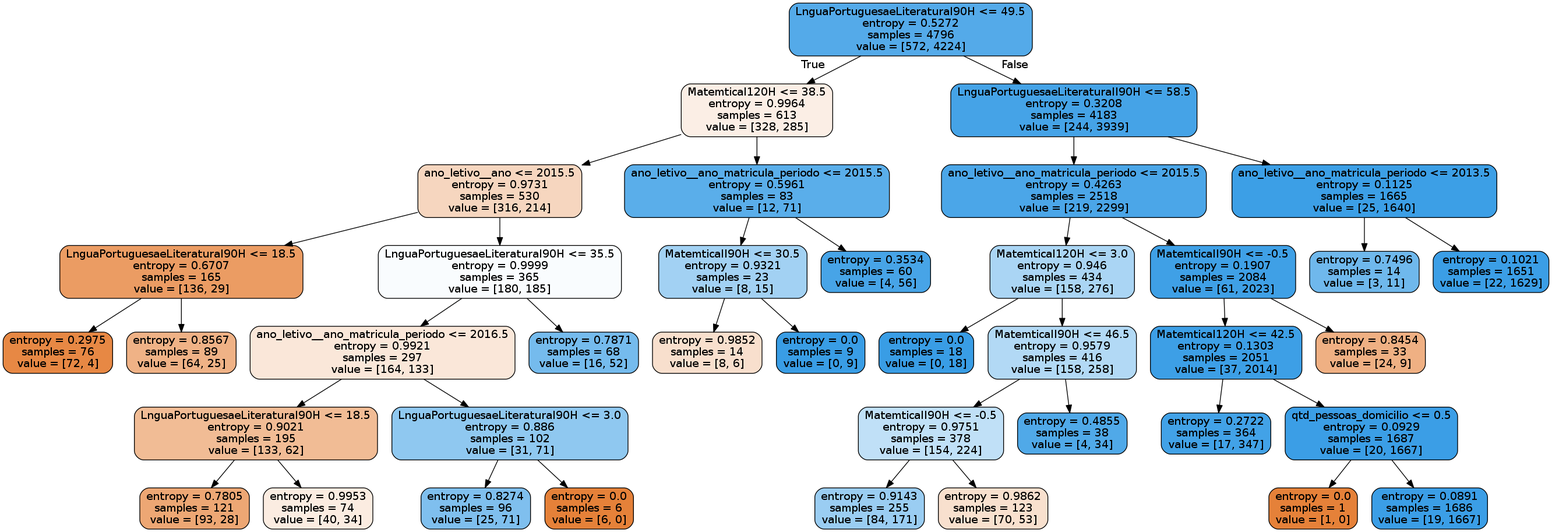
tmedeirosb/modelo_ifrn_integrado keeps this Graphviz diagram as tree_red.png. Above is the earlier version. Its source is kept beside it as tree_red.dot.
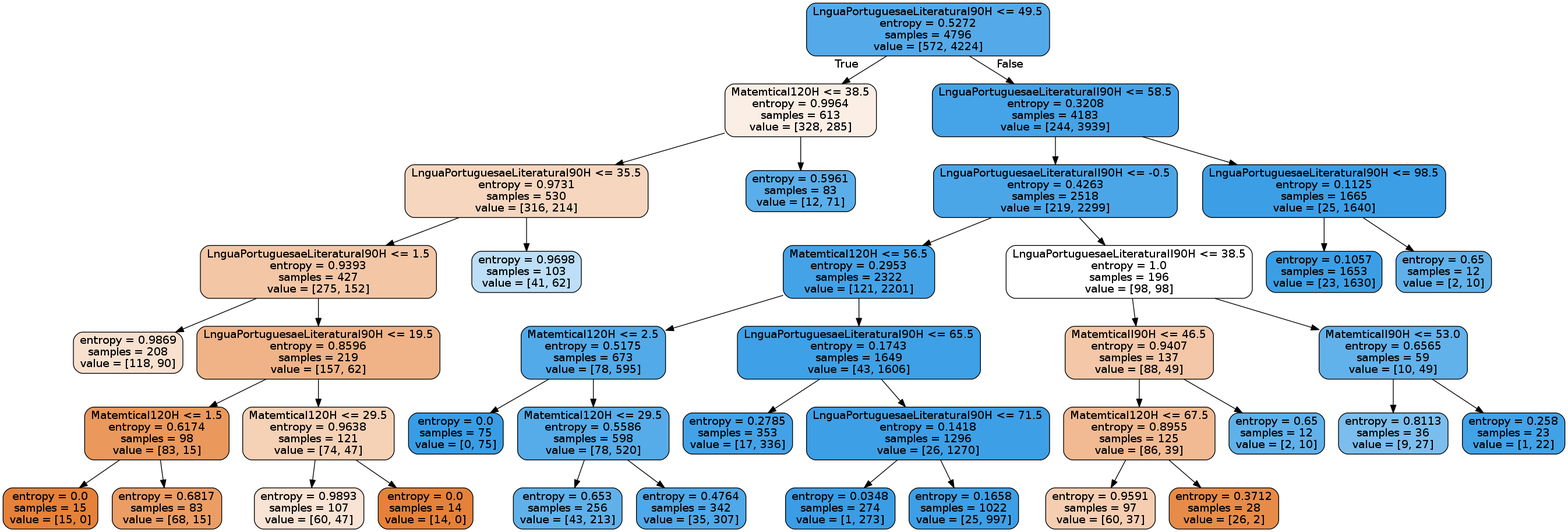
Above is the later version.

Change to the diagram source:
```diff
@@ -4,78 +4,78 @@
 0 [label="LnguaPortuguesaeLiteraturaI90H <= 49.5\nentropy = 0.5272\nsamples = 4796\nvalue = [572, 4224]", fillcolor="#399de5dc"] ;
 1 [label="MatemticaI120H <= 38.5\nentropy = 0.9964\nsamples = 613\nvalue = [328, 285]", fillcolor="#e5813921"] ;
 0 -> 1 [labeldistance=2.5, labelangle=45, headlabel="True"] ;
-9 [label="ano_letivo__ano <= 2015.5\nentropy = 0.9731\nsamples = 530\nvalue = [316, 214]", fillcolor="#e5813952"] ;
+9 [label="LnguaPortuguesaeLiteraturaI90H <= 35.5\nentropy = 0.9731\nsamples = 530\nvalue = [316, 214]", fillcolor="#e5813952"] ;
 1 -> 9 ;
-11 [label="LnguaPortuguesaeLiteraturaI90H <= 18.5\nentropy = 0.6707\nsamples = 165\nvalue = [136, 29]", fillcolor="#e58139c9"] ;
-9 -> 11 ;
-19 [label="entropy = 0.2975\nsamples = 76\nvalue = [72, 4]", fillcolor="#e58139f1"] ;
-11 -> 19 ;
-20 [label="entropy = 0.8567\nsamples = 89\nvalue = [64, 25]", fillcolor="#e581399b"] ;
-11 -> 20 ;
-12 [label="LnguaPortuguesaeLiteraturaI90H <= 35.5\nentropy = 0.9999\nsamples = 365\nvalue = [180, 185]", fillcolor="#399de507"] ;
-9 -> 12 ;
-13 [label="ano_letivo__ano_matricula_periodo <= 2016.5\nentropy = 0.9921\nsamples = 297\nvalue = [164, 133]", fillcolor="#e5813930"] ;
-12 -> 13 ;
-15 [label="LnguaPortuguesaeLiteraturaI90H <= 18.5\nentropy = 0.9021\nsamples = 195\nvalue = [133, 62]", fillcolor="#e5813988"] ;
-13 -> 15 ;
-31 [label="entropy = 0.7805\nsamples = 121\nvalue = [93, 28]", fillcolor="#e58139b2"] ;
-15 -> 31 ;
-32 [label="entropy = 0.9953\nsamples = 74\nvalue = [40, 34]", fillcolor="#e5813926"] ;
-15 -> 32 ;
-16 [label="LnguaPortuguesaeLiteraturaI90H <= 3.0\nentropy = 0.886\nsamples = 102\nvalue = [31, 71]", fillcolor="#399de590"] ;
-13 -> 16 ;
-27 [label="entropy = 0.8274\nsamples = 96\nvalue = [25, 71]", fillcolor="#399de5a5"] ;
-16 -> 27 ;
-28 [label="entropy = 0.0\nsamples = 6\nvalue = [6, 0]", fillcolor="#e58139ff"] ;
-16 -> 28 ;
-14 [label="entropy = 0.7871\nsamples = 68\nvalue = [16, 52]", fillcolor="#399de5b1"] ;
-12 -> 14 ;
-10 [label="ano_letivo__ano_matricula_periodo <= 2015.5\nentropy = 0.5961\nsamples = 83\nvalue = [12, 71]", fillcolor="#399de5d4"] ;
+13 [label="LnguaPortuguesaeLiteraturaI90H <= 1.5\nentropy = 0.9393\nsamples = 427\nvalue = [275, 152]", fillcolor="#e5813972"] ;
+9 -> 13 ;
+21 [label="entropy = 0.9869\nsamples = 208\nvalue = [118, 90]", fillcolor="#e581393d"] ;
+13 -> 21 ;
+22 [label="LnguaPortuguesaeLiteraturaI90H <= 19.5\nentropy = 0.8596\nsamples = 219\nvalue = [157, 62]", fillcolor="#e581399a"] ;
+13 -> 22 ;
+23 [label="MatemticaI120H <= 1.5\nentropy = 0.6174\nsamples = 98\nvalue = [83, 15]", fillcolor="#e58139d1"] ;
+22 -> 23 ;
+35 [label="entropy = 0.0\nsamples = 15\nvalue = [15, 0]", fillcolor="#e58139ff"] ;
+23 -> 35 ;
+36 [label="entropy = 0.6817\nsamples = 83\nvalue = [68, 15]", fillcolor="#e58139c7"] ;
+23 -> 36 ;
+24 [label="MatemticaI120H <= 29.5\nentropy = 0.9638\nsamples = 121\nvalue = [74, 47]", fillcolor="#e581395d"] ;
+22 -> 24 ;
+25 [label="entropy = 0.9893\nsamples = 107\nvalue = [60, 47]", fillcolor="#e5813937"] ;
+24 -> 25 ;
+26 [label="entropy = 0.0\nsamples = 14\nvalue = [14, 0]", fillcolor="#e58139ff"] ;
+24 -> 26 ;
+14 [label="entropy = 0.9698\nsamples = 103\nvalue = [41, 62]", fillcolor="#399de556"] ;
+9 -> 14 ;
+10 [label="entropy = 0.5961\nsamples = 83\nvalue = [12, 71]", fillcolor="#399de5d4"] ;
 1 -> 10 ;
-33 [label="MatemticaII90H <= 30.5\nentropy = 0.9321\nsamples = 23\nvalue = [8, 15]", fillcolor="#399de577"] ;
-10 -> 33 ;
-35 [label="entropy = 0.9852\nsamples = 14\nvalue = [8, 6]", fillcolor="#e5813940"] ;
-33 -> 35 ;
-36 [label="entropy = 0.0\nsamples = 9\nvalue = [0, 9]", fillcolor="#399de5ff"] ;
-33 -> 36 ;
-34 [label="entropy = 0.3534\nsamples = 60\nvalue = [4, 56]", fillcolor="#399de5ed"] ;
-10 -> 34 ;
 2 [label="LnguaPortuguesaeLiteraturaII90H <= 58.5\nentropy = 0.3208\nsamples = 4183\nvalue = [244, 3939]", fillcolor="#399de5ef"] ;
 0 -> 2 [labeldistance=2.5, labelangle=-45, headlabel="False"] ;
-3 [label="ano_letivo__ano_matricula_periodo <= 2015.5\nentropy = 0.4263\nsamples = 2518\nvalue = [219, 2299]", fillcolor="#399de5e7"] ;
+3 [label="LnguaPortuguesaeLiteraturaII90H <= -0.5\nentropy = 0.4263\nsamples = 2518\nvalue = [219, 2299]", fillcolor="#399de5e7"] ;
 2 -> 3 ;
-5 [label="MatemticaI120H <= 3.0\nentropy = 0.946\nsamples = 434\nvalue = [158, 276]", fillcolor="#399de56d"] ;
+5 [label="MatemticaI120H <= 56.5\nentropy = 0.2953\nsamples = 2322\nvalue = [121, 2201]", fillcolor="#399de5f1"] ;
 3 -> 5 ;
-17 [label="entropy = 0.0\nsamples = 18\nvalue = [0, 18]", fillcolor="#399de5ff"] ;
-5 -> 17 ;
-18 [label="MatemticaII90H <= 46.5\nentropy = 0.9579\nsamples = 416\nvalue = [158, 258]", fillcolor="#399de563"] ;
-5 -> 18 ;
-23 [label="MatemticaII90H <= -0.5\nentropy = 0.9751\nsamples = 378\nvalue = [154, 224]", fillcolor="#399de550"] ;
-18 -> 23 ;
-25 [label="entropy = 0.9143\nsamples = 255\nvalue = [84, 171]", fillcolor="#399de582"] ;
-23 -> 25 ;
-26 [label="entropy = 0.9862\nsamples = 123\nvalue = [70, 53]", fillcolor="#e581393e"] ;
-23 -> 26 ;
-24 [label="entropy = 0.4855\nsamples = 38\nvalue = [4, 34]", fillcolor="#399de5e1"] ;
-18 -> 24 ;
-6 [label="MatemticaII90H <= -0.5\nentropy = 0.1907\nsamples = 2084\nvalue = [61, 2023]", fillcolor="#399de5f7"] ;
+7 [label="MatemticaI120H <= 2.5\nentropy = 0.5175\nsamples = 673\nvalue = [78, 595]", fillcolor="#399de5de"] ;
+5 -> 7 ;
+15 [label="entropy = 0.0\nsamples = 75\nvalue = [0, 75]", fillcolor="#399de5ff"] ;
+7 -> 15 ;
+16 [label="MatemticaI120H <= 29.5\nentropy = 0.5586\nsamples = 598\nvalue = [78, 520]", fillcolor="#399de5d9"] ;
+7 -> 16 ;
+33 [label="entropy = 0.653\nsamples = 256\nvalue = [43, 213]", fillcolor="#399de5cc"] ;
+16 -> 33 ;
+34 [label="entropy = 0.4764\nsamples = 342\nvalue = [35, 307]", fillcolor="#399de5e2"] ;
+16 -> 34 ;
+8 [label="LnguaPortuguesaeLiteraturaI90H <= 65.5\nentropy = 0.1743\nsamples = 1649\nvalue = [43, 1606]", fillcolor="#399de5f8"] ;
+5 -> 8 ;
+27 [label="entropy = 0.2785\nsamples = 353\nvalue = [17, 336]", fillcolor="#399de5f2"] ;
+8 -> 27 ;
+28 [label="LnguaPortuguesaeLiteraturaI90H <= 71.5\nentropy = 0.1418\nsamples = 1296\nvalue = [26, 1270]", fillcolor="#399de5fa"] ;
+8 -> 28 ;
+29 [label="entropy = 0.0348\nsamples = 274\nvalue = [1, 273]", fillcolor="#399de5fe"] ;
+28 -> 29 ;
+30 [label="entropy = 0.1658\nsamples = 1022\nvalue = [25, 997]", fillcolor="#399de5f9"] ;
+28 -> 30 ;
+6 [label="LnguaPortuguesaeLiteraturaII90H <= 38.5\nentropy = 1.0\nsamples = 196\nvalue = [98, 98]", fillcolor="#e5813900"] ;
 3 -> 6 ;
-7 [label="MatemticaI120H <= 42.5\nentropy = 0.1303\nsamples = 2051\nvalue = [37, 2014]", fillcolor="#399de5fa"] ;
-6 -> 7 ;
-21 [label="entropy = 0.2722\nsamples = 364\nvalue = [17, 347]", fillcolor="#399de5f3"] ;
-7 -> 21 ;
-22 [label="qtd_pessoas_domicilio <= 0.5\nentropy = 0.0929\nsamples = 1687\nvalue = [20, 1667]", fillcolor="#399de5fc"] ;
-7 -> 22 ;
-37 [label="entropy = 0.0\nsamples = 1\nvalue = [1, 0]", fillcolor="#e58139ff"] ;
-22 -> 37 ;
-38 [label="entropy = 0.0891\nsamples = 1686\nvalue = [19, 1667]", fillcolor="#399de5fc"] ;
-22 -> 38 ;
-8 [label="entropy = 0.8454\nsamples = 33\nvalue = [24, 9]", fillcolor="#e581399f"] ;
-6 -> 8 ;
-4 [label="ano_letivo__ano_matricula_periodo <= 2013.5\nentropy = 0.1125\nsamples = 1665\nvalue = [25, 1640]", fillcolor="#399de5fb"] ;
+11 [label="MatemticaII90H <= 46.5\nentropy = 0.9407\nsamples = 137\nvalue = [88, 49]", fillcolor="#e5813971"] ;
+6 -> 11 ;
+17 [label="MatemticaI120H <= 67.5\nentropy = 0.8955\nsamples = 125\nvalue = [86, 39]", fillcolor="#e581398b"] ;
+11 -> 17 ;
+19 [label="entropy = 0.9591\nsamples = 97\nvalue = [60, 37]", fillcolor="#e5813962"] ;
+17 -> 19 ;
+20 [label="entropy = 0.3712\nsamples = 28\nvalue = [26, 2]", fillcolor="#e58139eb"] ;
+17 -> 20 ;
+18 [label="entropy = 0.65\nsamples = 12\nvalue = [2, 10]", fillcolor="#399de5cc"] ;
+11 -> 18 ;
+12 [label="MatemticaII90H <= 53.0\nentropy = 0.6565\nsamples = 59\nvalue = [10, 49]", fillcolor="#399de5cb"] ;
+6 -> 12 ;
+37 [label="entropy = 0.8113\nsamples = 36\nvalue = [9, 27]", fillcolor="#399de5aa"] ;
+12 -> 37 ;
+38 [label="entropy = 0.258\nsamples = 23\nvalue = [1, 22]", fillcolor="#399de5f3"] ;
+12 -> 38 ;
+4 [label="LnguaPortuguesaeLiteraturaI90H <= 98.5\nentropy = 0.1125\nsamples = 1665\nvalue = [25, 1640]", fillcolor="#399de5fb"] ;
 2 -> 4 ;
-29 [label="entropy = 0.7496\nsamples = 14\nvalue = [3, 11]", fillcolor="#399de5b9"] ;
-4 -> 29 ;
-30 [label="entropy = 0.1021\nsamples = 1651\nvalue = [22, 1629]", fillcolor="#399de5fc"] ;
-4 -> 30 ;
+31 [label="entropy = 0.1057\nsamples = 1653\nvalue = [23, 1630]", fillcolor="#399de5fb"] ;
+4 -> 31 ;
+32 [label="entropy = 0.65\nsamples = 12\nvalue = [2, 10]", fillcolor="#399de5cc"] ;
+4 -> 32 ;
 }
```
